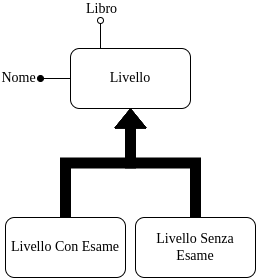
This is doc/Foto_Documentazione/Livello.png from SimoneNicosanti/DataBase_Project, a draw.io export, as it was before one commit. Source tidied: cells renumbered, new cells last; positions are measured from the earlier drawing's top-left corner, leaving out a move shared by most shapes. Its diagram source:
```xml
<mxGraphModel background="#666666">
  <root>
    <mxCell id="0" />
    <mxCell id="1" parent="0" />
    <mxCell id="2" value="Livello" style="rounded=1;whiteSpace=wrap;html=1;fontFamily=Times New Roman;fontSize=14;" parent="1" vertex="1">
      <mxGeometry x="65" y="28" width="120" height="60" as="geometry" />
    </mxCell>
    <mxCell id="3" value="Livello Con Esame" style="rounded=1;whiteSpace=wrap;html=1;flipV=0;fontFamily=Times New Roman;fontSize=14;" parent="1" vertex="1">
      <mxGeometry y="197" width="120" height="60" as="geometry" />
    </mxCell>
    <mxCell id="4" value="Livello Senza Esame" style="rounded=1;whiteSpace=wrap;html=1;flipV=0;fontFamily=Times New Roman;fontSize=14;" parent="1" vertex="1">
      <mxGeometry x="130" y="197" width="120" height="60" as="geometry" />
    </mxCell>
    <mxCell id="5" style="shape=flexArrow;endArrow=classic;html=1;rounded=0;exitX=0.5;exitY=0;exitDx=0;exitDy=0;entryX=0.5;entryY=1;entryDx=0;entryDy=0;edgeStyle=orthogonalEdgeStyle;fillColor=#000000;fontFamily=Times New Roman;fontSize=14;" parent="1" edge="1" source="3" target="2">
      <mxGeometry relative="1" as="geometry" />
    </mxCell>
    <mxCell id="6" style="shape=flexArrow;endArrow=classic;html=1;rounded=0;exitX=0.5;exitY=0;exitDx=0;exitDy=0;edgeStyle=orthogonalEdgeStyle;entryX=0.5;entryY=1;entryDx=0;entryDy=0;fillColor=#000000;fontFamily=Times New Roman;fontSize=14;" parent="1" edge="1" source="4" target="2">
      <mxGeometry relative="1" as="geometry" />
    </mxCell>
    <mxCell id="7" style="endArrow=oval;html=1;fontFamily=Times New Roman;fontSize=14;strokeColor=default;fillColor=#000000;endFill=1;exitX=0;exitY=0.5;exitDx=0;exitDy=0;" parent="1" edge="1" source="2">
      <mxGeometry relative="1" as="geometry">
        <mxPoint x="35" y="58" as="targetPoint" />
      </mxGeometry>
    </mxCell>
    <mxCell id="8" value="Nome" style="edgeLabel;html=1;align=center;verticalAlign=middle;fontSize=14;fontFamily=Times New Roman;labelBackgroundColor=none;" parent="7" vertex="1">
      <mxGeometry x="0.8" y="-1" relative="1" as="geometry">
        <mxPoint x="-26" as="offset" />
      </mxGeometry>
    </mxCell>
    <mxCell id="9" style="endArrow=oval;html=1;fontFamily=Times New Roman;fontSize=14;strokeColor=default;fillColor=#000000;endFill=0;exitX=0.25;exitY=0;exitDx=0;exitDy=0;" parent="1" edge="1" source="2">
      <mxGeometry relative="1" as="geometry">
        <mxPoint x="95" as="targetPoint" />
      </mxGeometry>
    </mxCell>
    <mxCell id="10" value="Libro" style="edgeLabel;html=1;align=center;verticalAlign=middle;fontSize=14;fontFamily=Times New Roman;labelBackgroundColor=none;" parent="9" vertex="1">
      <mxGeometry x="0.71" relative="1" as="geometry">
        <mxPoint y="-16" as="offset" />
      </mxGeometry>
    </mxCell>
  </root>
</mxGraphModel>
```
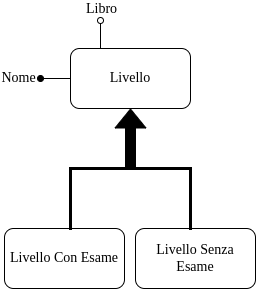
Above is the later version.

Diff of the diagram source:
```diff
@@ -6,17 +6,11 @@
       <mxGeometry x="65" y="28" width="120" height="60" as="geometry" />
     </mxCell>
     <mxCell id="3" value="Livello Con Esame" style="rounded=1;whiteSpace=wrap;html=1;flipV=0;fontFamily=Times New Roman;fontSize=14;" parent="1" vertex="1">
-      <mxGeometry y="197" width="120" height="60" as="geometry" />
+      <mxGeometry x="-1" y="208" width="120" height="60" as="geometry" />
     </mxCell>
     <mxCell id="4" value="Livello Senza Esame" style="rounded=1;whiteSpace=wrap;html=1;flipV=0;fontFamily=Times New Roman;fontSize=14;" parent="1" vertex="1">
-      <mxGeometry x="130" y="197" width="120" height="60" as="geometry" />
+      <mxGeometry x="130" y="208" width="120" height="60" as="geometry" />
     </mxCell>
-    <mxCell id="5" style="shape=flexArrow;endArrow=classic;html=1;rounded=0;exitX=0.5;exitY=0;exitDx=0;exitDy=0;entryX=0.5;entryY=1;entryDx=0;entryDy=0;edgeStyle=orthogonalEdgeStyle;fillColor=#000000;fontFamily=Times New Roman;fontSize=14;" parent="1" edge="1" source="3" target="2">
-      <mxGeometry relative="1" as="geometry" />
-    </mxCell>
-    <mxCell id="6" style="shape=flexArrow;endArrow=classic;html=1;rounded=0;exitX=0.5;exitY=0;exitDx=0;exitDy=0;edgeStyle=orthogonalEdgeStyle;entryX=0.5;entryY=1;entryDx=0;entryDy=0;fillColor=#000000;fontFamily=Times New Roman;fontSize=14;" parent="1" edge="1" source="4" target="2">
-      <mxGeometry relative="1" as="geometry" />
-    </mxCell>
     <mxCell id="7" style="endArrow=oval;html=1;fontFamily=Times New Roman;fontSize=14;strokeColor=default;fillColor=#000000;endFill=1;exitX=0;exitY=0.5;exitDx=0;exitDy=0;" parent="1" edge="1" source="2">
       <mxGeometry relative="1" as="geometry">
         <mxPoint x="35" y="58" as="targetPoint" />
@@ -37,5 +31,11 @@
         <mxPoint y="-16" as="offset" />
       </mxGeometry>
     </mxCell>
+    <mxCell id="11" style="shape=flexArrow;endArrow=classic;html=1;rounded=0;fillColor=#000000;entryX=0.5;entryY=1;entryDx=0;entryDy=0;exitX=0.5;exitY=1;exitDx=0;exitDy=0;" parent="1" edge="1" source="12" target="2">
+      <mxGeometry relative="1" as="geometry" />
+    </mxCell>
+    <mxCell id="12" style="shape=partialRectangle;whiteSpace=wrap;html=1;bottom=1;right=1;left=1;top=0;fillColor=none;routingCenterX=-0.5;strokeWidth=3;rotation=-180;" parent="1" vertex="1">
+      <mxGeometry x="65" y="148" width="120" height="60" as="geometry" />
+    </mxCell>
   </root>
 </mxGraphModel>
```
